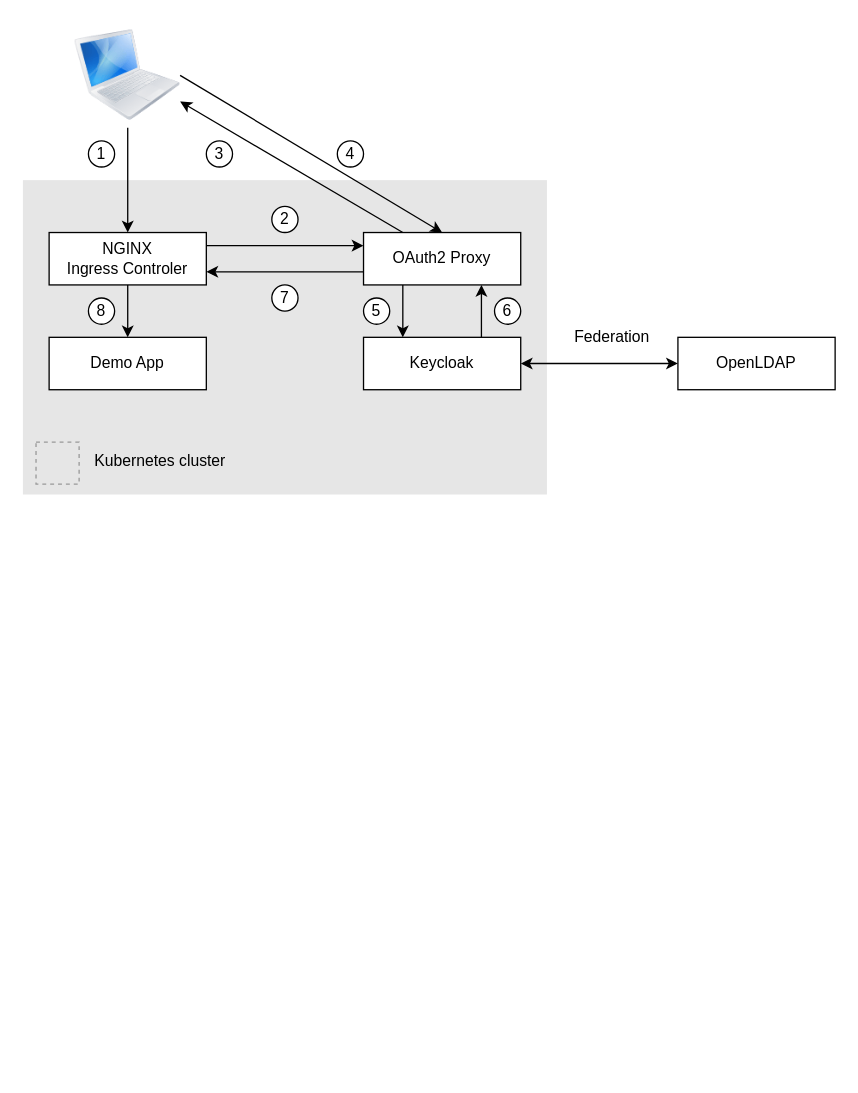
tperelle/keycloak-federation keeps this draw.io diagram as docs/images/sso-process-overview.drawio. Above is the earlier version. Source tidied: cells renumbered, new cells numbered last; positions are measured from the earlier drawing's top-left corner, leaving out a move shared by most shapes. Both pictures are drawn from the tidied source at 131%, with x=0, y=0 at pixel (22, 22). Pictures stored in the file or linked from it are replaced by grey dashed boxes.
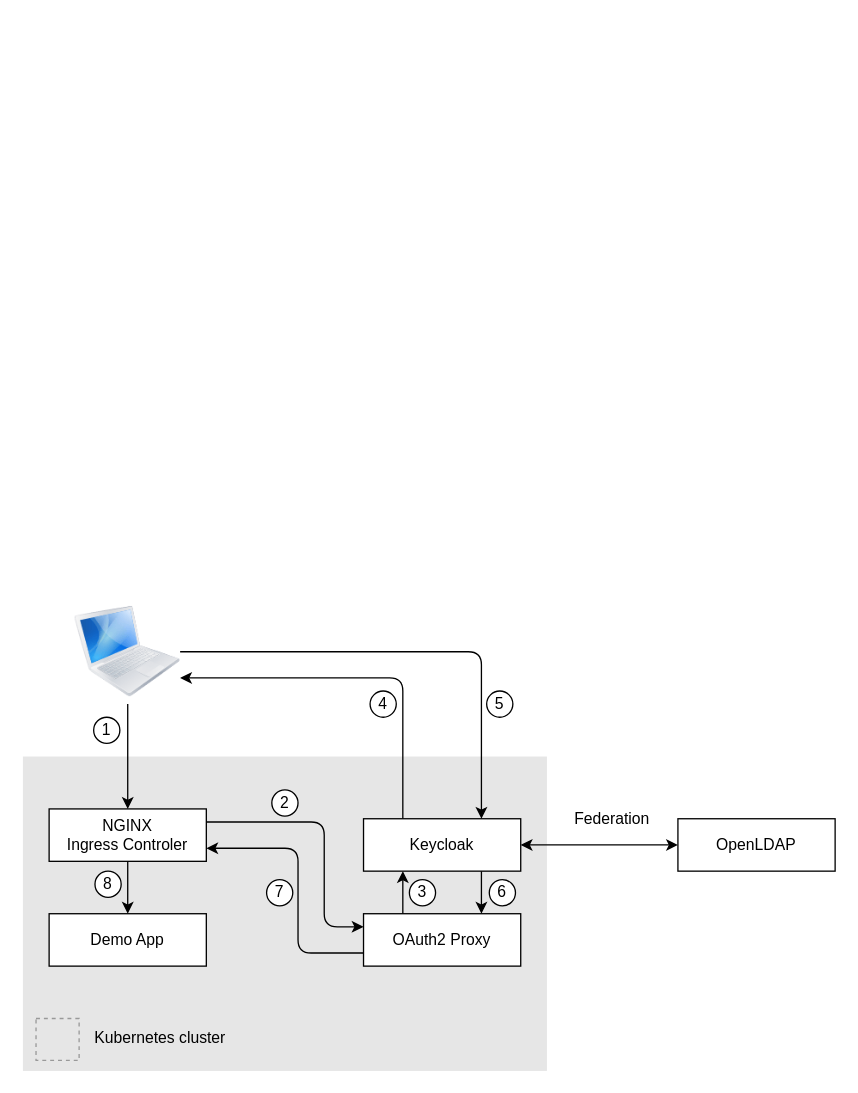
The same diagram, later.

Diff of the diagram source:
```diff
@@
-    <mxCell id="2" style="rounded=0;whiteSpace=wrap;html=1;fillColor=#E6E6E6;strokeColor=none;" parent="1" vertex="1">
-      <mxGeometry y="120" width="400" height="240" as="geometry" />
-    </mxCell>
+    <mxCell id="29" style="rounded=0;whiteSpace=wrap;html=1;fillColor=#E6E6E6;strokeColor=none;" parent="1" vertex="1">
+      <mxGeometry y="560" width="400" height="240" as="geometry" />
+    </mxCell>
     <mxCell id="3" value="NGINX&lt;br&gt;Ingress Controler" style="rounded=0;whiteSpace=wrap;html=1;" parent="1" vertex="1">
-      <mxGeometry x="20" y="160" width="120" height="40" as="geometry" />
+      <mxGeometry x="20" y="600" width="120" height="40" as="geometry" />
     </mxCell>
+    <mxCell id="16" style="edgeStyle=none;html=1;exitX=0.25;exitY=0;exitDx=0;exitDy=0;entryX=0.25;entryY=1;entryDx=0;entryDy=0;" parent="1" edge="1" source="4" target="5">
+      <mxGeometry relative="1" as="geometry" />
+    </mxCell>
+    <mxCell id="15" style="edgeStyle=orthogonalEdgeStyle;html=1;entryX=1;entryY=0.75;entryDx=0;entryDy=0;exitX=0;exitY=0.75;exitDx=0;exitDy=0;" parent="1" edge="1" source="4" target="3">
+      <mxGeometry relative="1" as="geometry">
+        <Array as="points">
+          <mxPoint x="210" y="710" />
+          <mxPoint x="210" y="630" />
+        </Array>
+      </mxGeometry>
+    </mxCell>
     <mxCell id="4" value="OAuth2 Proxy" style="rounded=0;whiteSpace=wrap;html=1;" parent="1" vertex="1">
-      <mxGeometry x="260" y="160" width="120" height="40" as="geometry" />
+      <mxGeometry x="260" y="680" width="120" height="40" as="geometry" />
     </mxCell>
+    <mxCell id="30" style="edgeStyle=orthogonalEdgeStyle;html=1;" parent="1" edge="1" source="5" target="33">
+      <mxGeometry relative="1" as="geometry">
+        <Array as="points">
+          <mxPoint x="290" y="500" />
+        </Array>
+      </mxGeometry>
+    </mxCell>
+    <mxCell id="17" style="edgeStyle=none;html=1;exitX=0.75;exitY=1;exitDx=0;exitDy=0;entryX=0.75;entryY=0;entryDx=0;entryDy=0;" parent="1" edge="1" source="5" target="4">
+      <mxGeometry relative="1" as="geometry" />
+    </mxCell>
     <mxCell id="5" value="Keycloak" style="rounded=0;whiteSpace=wrap;html=1;" parent="1" vertex="1">
-      <mxGeometry x="260" y="240" width="120" height="40" as="geometry" />
+      <mxGeometry x="260" y="607.5" width="120" height="40" as="geometry" />
     </mxCell>
     <mxCell id="6" value="OpenLDAP" style="rounded=0;whiteSpace=wrap;html=1;" parent="1" vertex="1">
-      <mxGeometry x="500" y="240" width="120" height="40" as="geometry" />
+      <mxGeometry x="500" y="607.5" width="120" height="40" as="geometry" />
     </mxCell>
+    <mxCell id="14" style="edgeStyle=orthogonalEdgeStyle;html=1;exitX=1;exitY=0.25;exitDx=0;exitDy=0;entryX=0;entryY=0.25;entryDx=0;entryDy=0;" parent="1" edge="1" source="3" target="4">
+      <mxGeometry relative="1" as="geometry">
+        <Array as="points">
+          <mxPoint x="230" y="610" />
+          <mxPoint x="230" y="690" />
+        </Array>
+      </mxGeometry>
+    </mxCell>
     <mxCell id="7" value="Demo App" style="rounded=0;whiteSpace=wrap;html=1;" parent="1" vertex="1">
-      <mxGeometry x="20" y="240" width="120" height="40" as="geometry" />
+      <mxGeometry x="20" y="680" width="120" height="40" as="geometry" />
     </mxCell>
-    <mxCell id="8" style="edgeStyle=none;html=1;" parent="1" edge="1" source="9" target="3">
-      <mxGeometry relative="1" as="geometry" />
-    </mxCell>
-    <mxCell id="9" style="image;html=1;image=img/lib/clip_art/computers/MacBook_128x128.png;fillColor=#E6E6E6;" parent="1" vertex="1">
-      <mxGeometry x="40" width="80" height="80" as="geometry" />
-    </mxCell>
-    <mxCell id="10" style="fillColor=#E6E6E6;strokeColor=#999999;dashed=1;verticalLabelPosition=bottom;labelBackgroundColor=#ffffff;verticalAlign=top;" parent="1" vertex="1">
-      <mxGeometry x="10" y="320" width="32.9" height="32" as="geometry" />
-    </mxCell>
+    <mxCell id="31" style="edgeStyle=none;html=1;" parent="1" edge="1" source="33" target="3">
+      <mxGeometry relative="1" as="geometry" />
+    </mxCell>
+    <mxCell id="32" style="edgeStyle=orthogonalEdgeStyle;html=1;entryX=0.75;entryY=0;entryDx=0;entryDy=0;exitX=1;exitY=0.5;exitDx=0;exitDy=0;" parent="1" edge="1" source="33" target="5">
+      <mxGeometry relative="1" as="geometry" />
+    </mxCell>
+    <mxCell id="33" style="image;html=1;image=img/lib/clip_art/computers/MacBook_128x128.png;fillColor=#E6E6E6;" parent="1" vertex="1">
+      <mxGeometry x="40" y="440" width="80" height="80" as="geometry" />
+    </mxCell>
+    <mxCell id="34" style="fillColor=#E6E6E6;strokeColor=#999999;dashed=1;verticalLabelPosition=bottom;labelBackgroundColor=#ffffff;verticalAlign=top;" parent="1" vertex="1">
+      <mxGeometry x="10" y="760" width="32.9" height="32" as="geometry" />
+    </mxCell>
     <mxCell id="11" value="Kubernetes cluster" style="text;html=1;strokeColor=none;fillColor=none;align=center;verticalAlign=middle;whiteSpace=wrap;rounded=0;" parent="1" vertex="1">
-      <mxGeometry x="50" y="320" width="110" height="30" as="geometry" />
+      <mxGeometry x="50" y="760" width="110" height="30" as="geometry" />
     </mxCell>
@@
     <mxCell id="13" value="Federation" style="text;html=1;strokeColor=none;fillColor=none;align=center;verticalAlign=middle;whiteSpace=wrap;rounded=0;" parent="1" vertex="1">
-      <mxGeometry x="420" y="225" width="60" height="30" as="geometry" />
+      <mxGeometry x="420" y="592.5" width="60" height="30" as="geometry" />
     </mxCell>
-    <mxCell id="14" style="endArrow=classic;html=1;exitX=1;exitY=0.25;exitDx=0;exitDy=0;entryX=0;entryY=0.25;entryDx=0;entryDy=0;" parent="1" edge="1" source="3" target="4">
-      <mxGeometry relative="1" as="geometry" />
-    </mxCell>
-    <mxCell id="15" style="endArrow=classic;html=1;exitX=0;exitY=0.75;exitDx=0;exitDy=0;entryX=1;entryY=0.75;entryDx=0;entryDy=0;" parent="1" edge="1" source="4" target="3">
-      <mxGeometry relative="1" as="geometry" />
-    </mxCell>
-    <mxCell id="16" style="endArrow=classic;html=1;exitX=0.25;exitY=1;exitDx=0;exitDy=0;entryX=0.25;entryY=0;entryDx=0;entryDy=0;" parent="1" edge="1" source="4" target="5">
-      <mxGeometry relative="1" as="geometry" />
-    </mxCell>
-    <mxCell id="17" style="endArrow=classic;html=1;entryX=0.75;entryY=1;entryDx=0;entryDy=0;exitX=0.75;exitY=0;exitDx=0;exitDy=0;" parent="1" edge="1" source="5" target="4">
-      <mxGeometry relative="1" as="geometry" />
-    </mxCell>
@@
-    <mxCell id="19" style="endArrow=classic;html=1;entryX=1;entryY=0.75;entryDx=0;entryDy=0;exitX=0.25;exitY=0;exitDx=0;exitDy=0;" parent="1" edge="1" source="4" target="9">
-      <mxGeometry relative="1" as="geometry" />
-    </mxCell>
-    <mxCell id="20" style="endArrow=classic;html=1;exitX=1;exitY=0.5;exitDx=0;exitDy=0;entryX=0.5;entryY=0;entryDx=0;entryDy=0;" parent="1" edge="1" source="9" target="4">
-      <mxGeometry relative="1" as="geometry" />
-    </mxCell>
     <mxCell id="21" value="1" style="ellipse;whiteSpace=wrap;html=1;fillColor=#FFFFFF;" parent="1" vertex="1">
-      <mxGeometry x="50" y="90" width="20" height="20" as="geometry" />
+      <mxGeometry x="54" y="530" width="20" height="20" as="geometry" />
     </mxCell>
     <mxCell id="22" value="2" style="ellipse;whiteSpace=wrap;html=1;fillColor=#FFFFFF;" parent="1" vertex="1">
-      <mxGeometry x="190" y="140" width="20" height="20" as="geometry" />
+      <mxGeometry x="190" y="585.5" width="20" height="20" as="geometry" />
     </mxCell>
     <mxCell id="23" value="3" style="ellipse;whiteSpace=wrap;html=1;fillColor=#FFFFFF;" parent="1" vertex="1">
-      <mxGeometry x="140" y="90" width="20" height="20" as="geometry" />
+      <mxGeometry x="295" y="654" width="20" height="20" as="geometry" />
     </mxCell>
     <mxCell id="24" value="4" style="ellipse;whiteSpace=wrap;html=1;fillColor=#FFFFFF;" parent="1" vertex="1">
-      <mxGeometry x="240" y="90" width="20" height="20" as="geometry" />
+      <mxGeometry x="265" y="510" width="20" height="20" as="geometry" />
     </mxCell>
     <mxCell id="25" value="5" style="ellipse;whiteSpace=wrap;html=1;fillColor=#FFFFFF;" parent="1" vertex="1">
-      <mxGeometry x="260" y="210" width="20" height="20" as="geometry" />
+      <mxGeometry x="354" y="510" width="20" height="20" as="geometry" />
     </mxCell>
     <mxCell id="26" value="6" style="ellipse;whiteSpace=wrap;html=1;fillColor=#FFFFFF;" parent="1" vertex="1">
-      <mxGeometry x="360" y="210" width="20" height="20" as="geometry" />
+      <mxGeometry x="356" y="654" width="20" height="20" as="geometry" />
     </mxCell>
+    <mxCell id="28" value="8" style="ellipse;whiteSpace=wrap;html=1;fillColor=#FFFFFF;" parent="1" vertex="1">
+      <mxGeometry x="55" y="647.5" width="20" height="20" as="geometry" />
+    </mxCell>
     <mxCell id="27" value="7" style="ellipse;whiteSpace=wrap;html=1;fillColor=#FFFFFF;" parent="1" vertex="1">
-      <mxGeometry x="190" y="200" width="20" height="20" as="geometry" />
+      <mxGeometry x="186" y="654" width="20" height="20" as="geometry" />
     </mxCell>
-    <mxCell id="28" value="8" style="ellipse;whiteSpace=wrap;html=1;fillColor=#FFFFFF;" parent="1" vertex="1">
-      <mxGeometry x="50" y="210" width="20" height="20" as="geometry" />
-    </mxCell>
```
